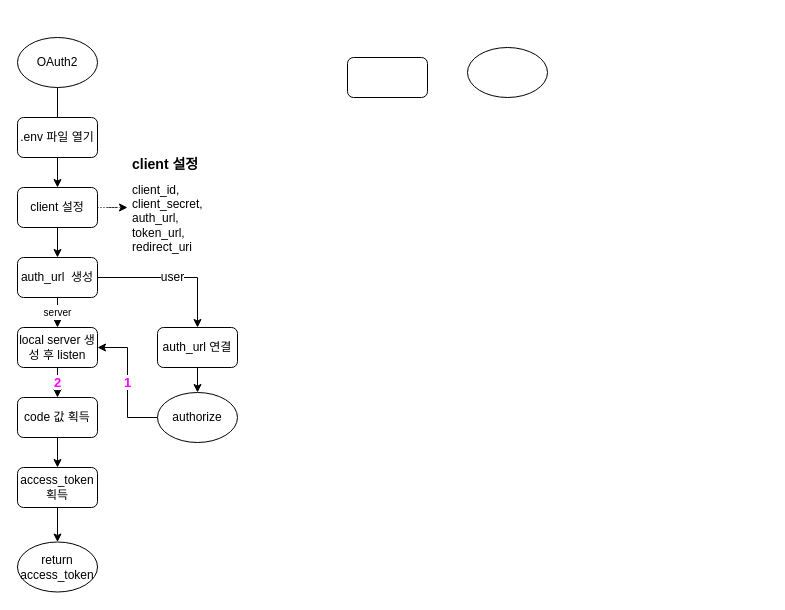
Before: Untitled Diagram.drawio in 42joonpark/icp, a draw.io diagram. Source tidied: cells renumbered, new cells numbered last; positions are measured from the earlier drawing's top-left corner, leaving out a move shared by most shapes. Both pictures are drawn from the tidied source at 100%, with x=0, y=0 at pixel (17, 37).
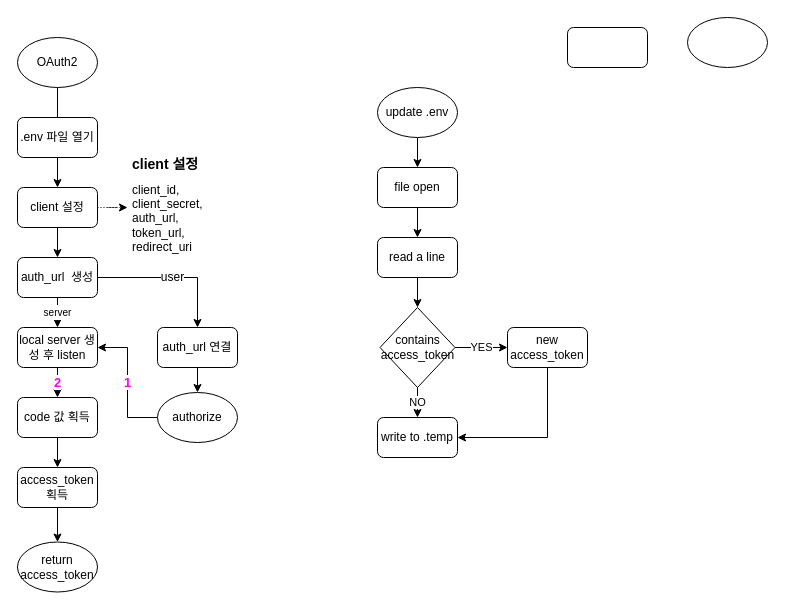
Above is the later version.

Diff of the diagram source:
```diff
@@
     <mxCell id="5" style="rounded=1;whiteSpace=wrap;html=1;" parent="1" vertex="1">
-      <mxGeometry x="330" y="20" width="80" height="40" as="geometry" />
+      <mxGeometry x="550" y="-10" width="80" height="40" as="geometry" />
     </mxCell>
     <mxCell id="6" style="ellipse;whiteSpace=wrap;html=1;" parent="1" vertex="1">
-      <mxGeometry x="450" y="10" width="80" height="50" as="geometry" />
+      <mxGeometry x="670" y="-20" width="80" height="50" as="geometry" />
     </mxCell>
@@
+    <mxCell id="25" style="edgeStyle=orthogonalEdgeStyle;rounded=0;jettySize=auto;html=1;exitX=0.5;exitY=1;exitDx=0;exitDy=0;entryX=0.5;entryY=0;entryDx=0;entryDy=0;" parent="1" edge="1" source="26" target="28">
+      <mxGeometry relative="1" as="geometry" />
+    </mxCell>
+    <mxCell id="26" value="update .env" style="ellipse;whiteSpace=wrap;html=1;" parent="1" vertex="1">
+      <mxGeometry x="360" y="50" width="80" height="50" as="geometry" />
+    </mxCell>
+    <mxCell id="27" style="edgeStyle=orthogonalEdgeStyle;rounded=0;jettySize=auto;html=1;exitX=0.5;exitY=1;exitDx=0;exitDy=0;entryX=0.5;entryY=0;entryDx=0;entryDy=0;" parent="1" edge="1" source="28" target="30">
+      <mxGeometry relative="1" as="geometry" />
+    </mxCell>
+    <mxCell id="28" value="file open" style="rounded=1;whiteSpace=wrap;html=1;" parent="1" vertex="1">
+      <mxGeometry x="360" y="130" width="80" height="40" as="geometry" />
+    </mxCell>
+    <mxCell id="29" style="edgeStyle=orthogonalEdgeStyle;rounded=0;jettySize=auto;html=1;exitX=0.5;exitY=1;exitDx=0;exitDy=0;entryX=0.5;entryY=0;entryDx=0;entryDy=0;" parent="1" edge="1" source="30" target="33">
+      <mxGeometry relative="1" as="geometry" />
+    </mxCell>
+    <mxCell id="30" value="read a line" style="rounded=1;whiteSpace=wrap;html=1;" parent="1" vertex="1">
+      <mxGeometry x="360" y="200" width="80" height="40" as="geometry" />
+    </mxCell>
+    <mxCell id="31" value="YES" style="edgeStyle=orthogonalEdgeStyle;rounded=0;jettySize=auto;html=1;exitX=1;exitY=0.5;exitDx=0;exitDy=0;" parent="1" edge="1" source="33" target="36">
+      <mxGeometry relative="1" as="geometry" />
+    </mxCell>
+    <mxCell id="32" value="NO" style="edgeStyle=orthogonalEdgeStyle;rounded=0;jettySize=auto;html=1;exitX=0.5;exitY=1;exitDx=0;exitDy=0;" parent="1" edge="1" source="33" target="34">
+      <mxGeometry relative="1" as="geometry" />
+    </mxCell>
+    <mxCell id="33" value="contains access_token" style="rhombus;whiteSpace=wrap;html=1;" parent="1" vertex="1">
+      <mxGeometry x="362.5" y="270" width="75" height="80" as="geometry" />
+    </mxCell>
+    <mxCell id="34" value="write to .temp" style="rounded=1;whiteSpace=wrap;html=1;" parent="1" vertex="1">
+      <mxGeometry x="360" y="380" width="80" height="40" as="geometry" />
+    </mxCell>
+    <mxCell id="35" style="edgeStyle=orthogonalEdgeStyle;rounded=0;jettySize=auto;html=1;exitX=0.5;exitY=1;exitDx=0;exitDy=0;entryX=1;entryY=0.5;entryDx=0;entryDy=0;" parent="1" edge="1" source="36" target="34">
+      <mxGeometry relative="1" as="geometry" />
+    </mxCell>
+    <mxCell id="36" value="new access_token" style="rounded=1;whiteSpace=wrap;html=1;" parent="1" vertex="1">
+      <mxGeometry x="490" y="290" width="80" height="40" as="geometry" />
+    </mxCell>
```
